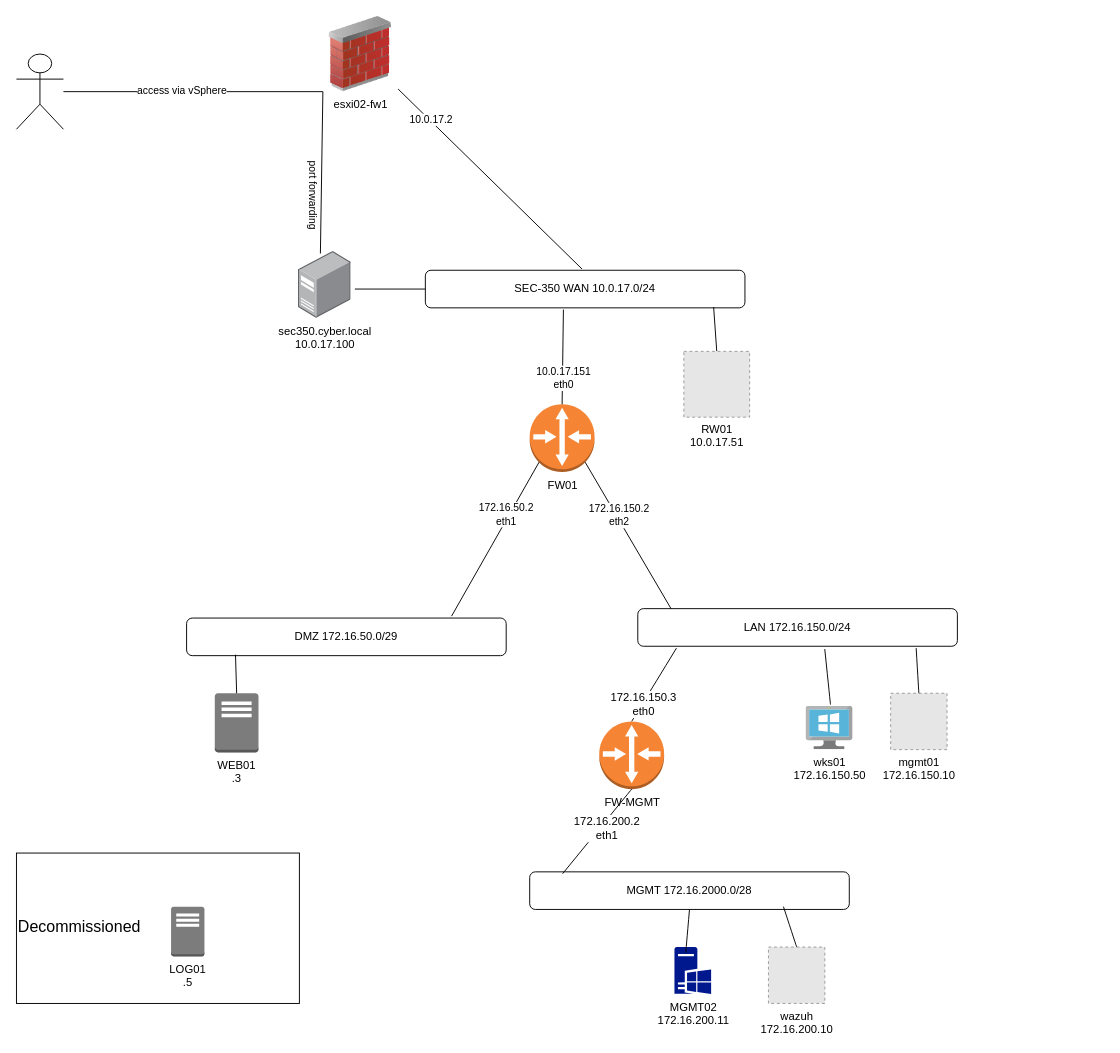
Earlier version of the draw.io diagram net-sec-controls-sec350/SEC350_network-diagram.drawio (charlottecroce/ChamplainTechJournals). Source tidied: cells renumbered, new cells numbered last; positions are measured from the earlier drawing's top-left corner, leaving out a move shared by most shapes. Both pictures are drawn from the tidied source at 94%, with x=0, y=0 at pixel (16, 16). Pictures stored in the file or linked from it are replaced by grey dashed boxes.
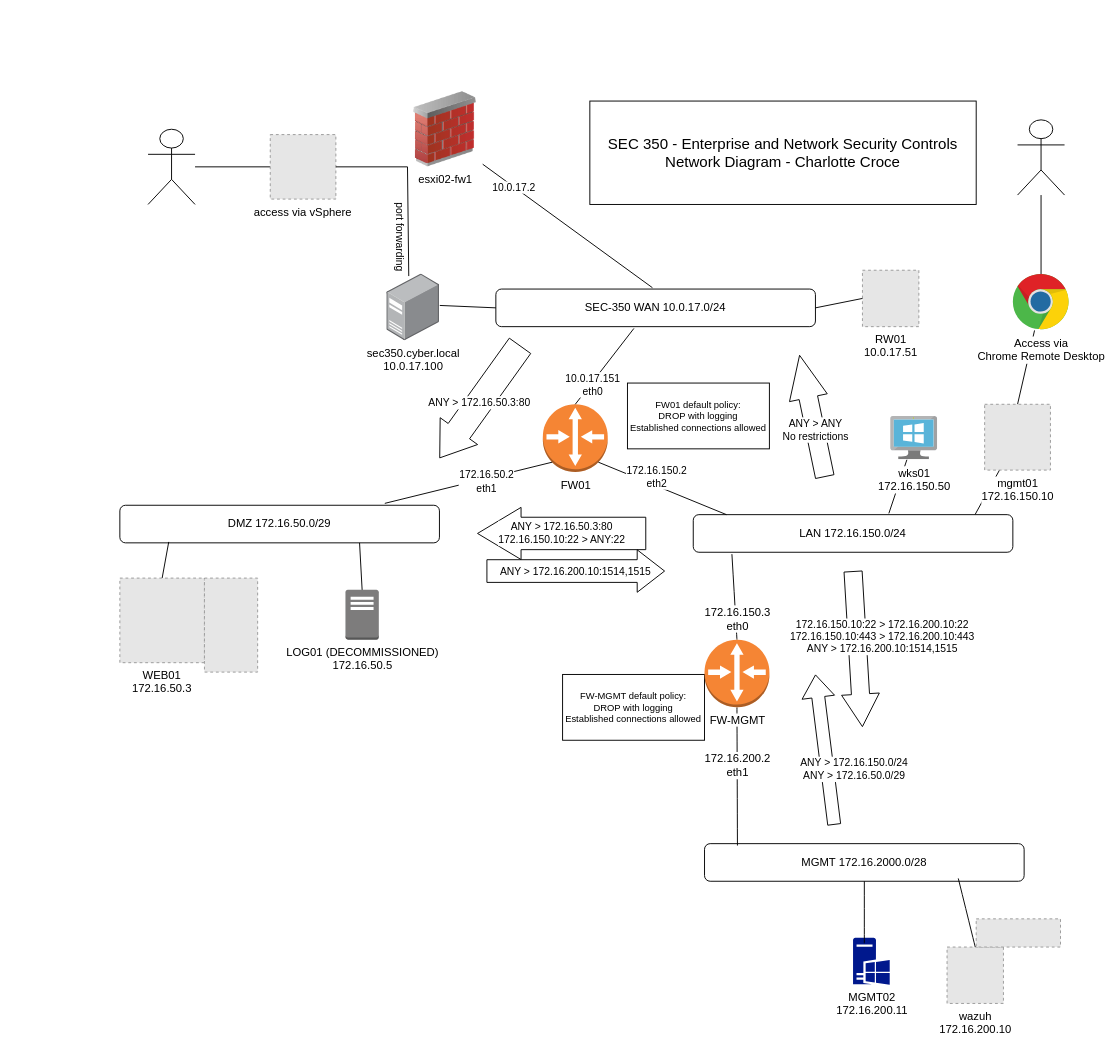
The same diagram, later.

The change refers to these unchanged cells:
```xml
<mxCell id="7" style="endArrow=none;html=1;rounded=0;entryX=0.855;entryY=0.855;entryDx=0;entryDy=0;entryPerimeter=0;exitX=0.104;exitY=0;exitDx=0;exitDy=0;exitPerimeter=0;" parent="1" edge="1" source="4" target="6">
  <mxGeometry relative="1" as="geometry" />
</mxCell>
<mxCell id="9" style="endArrow=none;html=1;rounded=0;entryX=0.145;entryY=0.855;entryDx=0;entryDy=0;entryPerimeter=0;exitX=0.829;exitY=-0.05;exitDx=0;exitDy=0;exitPerimeter=0;" parent="1" edge="1" source="5" target="6">
  <mxGeometry relative="1" as="geometry" />
</mxCell>
```

The edit, as a diff of the source:
```diff
@@
-    <mxCell id="2" value="&lt;font style=&quot;font-size: 17px;&quot;&gt;Decommissioned&lt;/font&gt;" style="rounded=0;whiteSpace=wrap;html=1;align=left;" parent="1" vertex="1">
-      <mxGeometry y="890" width="301" height="160" as="geometry" />
-    </mxCell>
     <mxCell id="3" value="SEC-350 WAN 10.0.17.0/24" style="rounded=1;whiteSpace=wrap;html=1;align=center;" parent="1" vertex="1">
-      <mxGeometry x="435" y="270" width="340" height="40" as="geometry" />
+      <mxGeometry x="510" y="290" width="340" height="40" as="geometry" />
     </mxCell>
     <mxCell id="4" value="LAN 172.16.150.0/24" style="rounded=1;whiteSpace=wrap;html=1;align=center;" parent="1" vertex="1">
-      <mxGeometry x="661" y="630" width="340" height="40" as="geometry" />
+      <mxGeometry x="720" y="530" width="340" height="40" as="geometry" />
     </mxCell>
     <mxCell id="5" value="DMZ 172.16.50.0/29" style="rounded=1;whiteSpace=wrap;html=1;align=center;" parent="1" vertex="1">
-      <mxGeometry x="181" y="640" width="340" height="40" as="geometry" />
+      <mxGeometry x="110" y="520" width="340" height="40" as="geometry" />
     </mxCell>
     <mxCell id="6" value="FW01" style="outlineConnect=0;dashed=0;verticalLabelPosition=bottom;verticalAlign=top;align=center;html=1;shape=mxgraph.aws3.router;fillColor=#F58534;gradientColor=none;" parent="1" vertex="1">
-      <mxGeometry x="546" y="412.6" width="69" height="72" as="geometry" />
+      <mxGeometry x="560" y="412.6" width="69" height="72" as="geometry" />
     </mxCell>
@@
     <mxCell id="8" value="172.16.150.2&lt;div&gt;eth2&lt;/div&gt;" style="edgeLabel;html=1;align=center;verticalAlign=middle;rotation=0;" parent="7" vertex="1">
       <mxGeometry y="2" relative="1" as="geometry">
-        <mxPoint x="-9" y="-23" as="offset" />
+        <mxPoint x="-6" y="-14" as="offset" />
       </mxGeometry>
     </mxCell>
@@
     <mxCell id="10" value="172.16.50.2&lt;div&gt;eth1&lt;/div&gt;" style="edgeLabel;html=1;align=center;verticalAlign=middle;rotation=0;" parent="9" vertex="1">
       <mxGeometry x="0.4" y="-1" relative="1" as="geometry">
-        <mxPoint x="-8" y="6" as="offset" />
+        <mxPoint x="-17" y="6" as="offset" />
       </mxGeometry>
     </mxCell>
-    <mxCell id="11" value="WEB01&lt;div&gt;.3&lt;/div&gt;" style="outlineConnect=0;dashed=0;verticalLabelPosition=bottom;verticalAlign=top;align=center;html=1;shape=mxgraph.aws3.traditional_server;fillColor=#7D7C7C;gradientColor=none;" parent="1" vertex="1">
-      <mxGeometry x="211" y="720" width="46.5" height="63" as="geometry" />
-    </mxCell>
-    <mxCell id="12" value="LOG01&lt;div&gt;.5&lt;/div&gt;" style="outlineConnect=0;dashed=0;verticalLabelPosition=bottom;verticalAlign=top;align=center;html=1;shape=mxgraph.aws3.traditional_server;fillColor=#7D7C7C;gradientColor=none;" parent="1" vertex="1">
-      <mxGeometry x="164.5" y="947" width="35.5" height="53" as="geometry" />
+    <mxCell id="12" value="LOG01 (DECOMMISSIONED)&lt;br&gt;&lt;div&gt;172.16.50.5&lt;/div&gt;" style="outlineConnect=0;dashed=0;verticalLabelPosition=bottom;verticalAlign=top;align=center;html=1;shape=mxgraph.aws3.traditional_server;fillColor=#7D7C7C;gradientColor=none;" parent="1" vertex="1">
+      <mxGeometry x="350" y="610" width="35.5" height="53" as="geometry" />
     </mxCell>
-    <mxCell id="13" style="endArrow=none;html=1;rounded=0;entryX=0.5;entryY=0;entryDx=0;entryDy=0;entryPerimeter=0;exitX=0.153;exitY=0.975;exitDx=0;exitDy=0;exitPerimeter=0;" parent="1" edge="1" source="5" target="11">
+    <mxCell id="13" style="endArrow=none;html=1;rounded=0;entryX=0.5;entryY=0;entryDx=0;entryDy=0;exitX=0.153;exitY=0.975;exitDx=0;exitDy=0;exitPerimeter=0;" parent="1" edge="1" source="5" target="60">
       <mxGeometry relative="1" as="geometry" />
     </mxCell>
@@
-    <mxCell id="16" style="endArrow=none;html=1;rounded=0;entryX=0.5;entryY=0;entryDx=0;entryDy=0;exitX=0.902;exitY=0.979;exitDx=0;exitDy=0;exitPerimeter=0;" parent="1" edge="1" source="3" target="27">
-      <mxGeometry relative="1" as="geometry" />
-    </mxCell>
     <mxCell id="17" value="esxi02-fw1" style="image;html=1;image=img/lib/clip_art/networking/Firewall_02_128x128.png;" parent="1" vertex="1">
-      <mxGeometry x="326" width="80" height="80" as="geometry" />
+      <mxGeometry x="416" y="80" width="80" height="80" as="geometry" />
     </mxCell>
     <mxCell id="18" value="&lt;div&gt;&lt;br&gt;&lt;/div&gt;" style="shape=umlActor;verticalLabelPosition=bottom;verticalAlign=top;html=1;outlineConnect=0;" parent="1" vertex="1">
-      <mxGeometry y="40" width="50" height="80" as="geometry" />
+      <mxGeometry x="140" y="120" width="50" height="80" as="geometry" />
     </mxCell>
-    <mxCell id="19" style="endArrow=none;html=1;rounded=0;exitX=0;exitY=1;exitDx=0;exitDy=0;" parent="1" edge="1" source="17" target="18">
+    <mxCell id="19" style="endArrow=none;html=1;rounded=0;exitX=0;exitY=0.5;exitDx=0;exitDy=0;" parent="1" edge="1" source="20" target="18">
       <mxGeometry relative="1" as="geometry" />
     </mxCell>
-    <mxCell id="20" value="access via vSphere" style="edgeLabel;html=1;align=center;verticalAlign=middle;points=[];" parent="19" vertex="1">
-      <mxGeometry x="0.13" y="-2" relative="1" as="geometry">
-        <mxPoint x="5" as="offset" />
-      </mxGeometry>
-    </mxCell>
     <mxCell id="21" value="sec350.cyber.local&lt;div&gt;10.0.17.100&lt;/div&gt;" style="image;points=[];html=1;align=center;shadow=0;dashed=0;image=img/lib/allied_telesis/computer_and_terminals/Server_Desktop.svg;" parent="1" vertex="1">
-      <mxGeometry x="300" y="250" width="56" height="71" as="geometry" />
+      <mxGeometry x="394" y="274" width="56" height="71" as="geometry" />
     </mxCell>
@@
-    <mxCell id="24" style="endArrow=none;html=1;rounded=0;exitX=0;exitY=0.5;exitDx=0;exitDy=0;" parent="1" edge="1" source="3">
-      <mxGeometry relative="1" as="geometry">
-        <mxPoint x="360" y="290" as="targetPoint" />
-      </mxGeometry>
+    <mxCell id="24" style="endArrow=none;html=1;rounded=0;exitX=0;exitY=0.5;exitDx=0;exitDy=0;entryX=1.006;entryY=0.471;entryDx=0;entryDy=0;entryPerimeter=0;" parent="1" edge="1" source="3" target="21">
+      <mxGeometry relative="1" as="geometry" />
     </mxCell>
@@
     <mxCell id="27" value="RW01&lt;div&gt;10.0.17.51&lt;/div&gt;" style="fillColor=#E6E6E6;strokeColor=#999999;dashed=1;html=1;verticalAlign=top;verticalLabelPosition=bottom;labelBackgroundColor=#ffffff;" parent="1" vertex="1">
-      <mxGeometry x="710" y="356.3" width="70" height="70" as="geometry" />
+      <mxGeometry x="900" y="270" width="60" height="60" as="geometry" />
     </mxCell>
-    <mxCell id="28" value="wks01&lt;div&gt;172.16.150.50&lt;/div&gt;" style="image;sketch=0;html=1;points=[];align=center;fontSize=12;image=img/lib/mscae/VirtualMachineWindows.svg;" parent="1" vertex="1">
-      <mxGeometry x="840" y="734" width="50" height="46" as="geometry" />
-    </mxCell>
-    <mxCell id="29" value="mgmt01&lt;div&gt;172.16.150.10&lt;/div&gt;" style="fillColor=#E6E6E6;strokeColor=#999999;dashed=1;html=1;verticalAlign=top;verticalLabelPosition=bottom;labelBackgroundColor=#ffffff;" parent="1" vertex="1">
-      <mxGeometry x="930" y="720" width="60" height="60" as="geometry" />
-    </mxCell>
     <mxCell id="30" value="MGMT 172.16.2000.0/28" style="rounded=1;whiteSpace=wrap;html=1;align=center;" parent="1" vertex="1">
-      <mxGeometry x="546" y="910" width="340" height="40" as="geometry" />
+      <mxGeometry x="732" y="880" width="340" height="40" as="geometry" />
     </mxCell>
@@
-    <mxCell id="33" value="FW-MGMT" style="outlineConnect=0;dashed=0;verticalLabelPosition=bottom;verticalAlign=top;align=center;html=1;shape=mxgraph.aws3.router;fillColor=#F58534;gradientColor=none;" parent="1" vertex="1">
-      <mxGeometry x="620" y="750" width="69" height="72" as="geometry" />
-    </mxCell>
@@
     <mxCell id="36" value="wazuh&lt;div&gt;172.16.200.10&lt;/div&gt;" style="fillColor=#E6E6E6;strokeColor=#999999;dashed=1;html=1;verticalAlign=top;verticalLabelPosition=bottom;labelBackgroundColor=#ffffff;" parent="1" vertex="1">
-      <mxGeometry x="800" y="990" width="60" height="60" as="geometry" />
+      <mxGeometry x="990" y="990" width="60" height="60" as="geometry" />
     </mxCell>
     <mxCell id="37" value="MGMT02&lt;div&gt;172.16.200.11&lt;/div&gt;" style="sketch=0;shadow=0;dashed=0;html=1;strokeColor=none;labelPosition=center;verticalLabelPosition=bottom;verticalAlign=top;align=center;fillColor=#00188D;shape=mxgraph.mscae.enterprise.windows_server;" parent="1" vertex="1">
-      <mxGeometry x="700" y="990" width="39" height="50" as="geometry" />
+      <mxGeometry x="890" y="980" width="39" height="50" as="geometry" />
     </mxCell>
-    <mxCell id="38" style="endArrow=none;html=1;rounded=0;fontSize=12;startSize=8;endSize=8;curved=1;entryX=0.585;entryY=1.075;entryDx=0;entryDy=0;entryPerimeter=0;exitX=0.52;exitY=-0.043;exitDx=0;exitDy=0;exitPerimeter=0;" parent="1" edge="1" source="28" target="4">
-      <mxGeometry relative="1" as="geometry" />
-    </mxCell>
-    <mxCell id="39" style="endArrow=none;html=1;rounded=0;fontSize=12;startSize=8;endSize=8;curved=1;entryX=0.871;entryY=1.05;entryDx=0;entryDy=0;entryPerimeter=0;exitX=0.5;exitY=0;exitDx=0;exitDy=0;" parent="1" edge="1" source="29" target="4">
-      <mxGeometry relative="1" as="geometry" />
-    </mxCell>
@@
+    <mxCell id="42" value="&lt;div&gt;ANY &amp;gt; 172.16.50.3:80&lt;/div&gt;&lt;div&gt;172.16.150.10:22 &amp;gt; ANY:22&lt;/div&gt;" style="shape=flexArrow;endArrow=classic;html=1;rounded=0;endSize=15.103448275862068;strokeWidth=1;sourcePerimeterSpacing=0;startSize=6;width=34.48275862068966;" parent="1" edge="1">
+      <mxGeometry relative="1" as="geometry">
+        <mxPoint x="670" y="550" as="sourcePoint" />
+        <mxPoint x="490" y="550" as="targetPoint" />
+      </mxGeometry>
+    </mxCell>
+    <mxCell id="43" value="ANY &gt; 172.16.200.10:1514,1515" style="shape=flexArrow;endArrow=classic;rounded=0;width=24.137931034482758;endSize=9.379310344827585;" parent="1" edge="1">
+      <mxGeometry relative="1" as="geometry">
+        <mxPoint x="500" y="590" as="sourcePoint" />
+        <mxPoint x="690" y="590" as="targetPoint" />
+      </mxGeometry>
+    </mxCell>
+    <mxCell id="44" value="ANY &gt; 172.16.50.3:80" style="shape=flexArrow;endArrow=classic;rounded=0;endSize=11.33;strokeWidth=1;sourcePerimeterSpacing=0;startSize=6;width=28;horizontal=1;labelBackgroundColor=default;" parent="1" edge="1">
+      <mxGeometry relative="1" as="geometry">
+        <mxPoint x="536" y="350" as="sourcePoint" />
+        <mxPoint x="450" y="470" as="targetPoint" />
+      </mxGeometry>
+    </mxCell>
+    <mxCell id="45" value="&lt;div&gt;ANY &amp;gt; ANY&lt;/div&gt;&lt;div&gt;No restrictions&lt;br&gt;&lt;/div&gt;" style="shape=flexArrow;endArrow=classic;html=1;rounded=0;endSize=15.019354838709678;strokeWidth=1;sourcePerimeterSpacing=0;startSize=6;width=20;" parent="1" edge="1">
+      <mxGeometry x="-0.23" relative="1" as="geometry">
+        <mxPoint x="860" y="490" as="sourcePoint" />
+        <mxPoint x="833" y="360" as="targetPoint" />
+      </mxGeometry>
+    </mxCell>
+    <mxCell id="46" value="FW01 default policy:&#10;DROP with logging&#10;Established connections allowed " style="rounded=0;whiteSpace=wrap;fontSize=10;verticalAlign=middle;" parent="1" vertex="1">
+      <mxGeometry x="650" y="390" width="151" height="70" as="geometry" />
+    </mxCell>
+    <mxCell id="16" style="endArrow=none;html=1;rounded=0;entryX=0;entryY=0.5;entryDx=0;entryDy=0;exitX=1;exitY=0.5;exitDx=0;exitDy=0;" parent="1" edge="1" source="3" target="27">
+      <mxGeometry relative="1" as="geometry" />
+    </mxCell>
+    <mxCell id="47" value="FW-MGMT default policy:&#10;DROP with logging&#10;Established connections allowed " style="rounded=0;whiteSpace=wrap;fontSize=10;verticalAlign=middle;" parent="1" vertex="1">
+      <mxGeometry x="581" y="700" width="151" height="70" as="geometry" />
+    </mxCell>
+    <mxCell id="48" style="shape=flexArrow;endArrow=classic;html=1;rounded=0;width=19.25925925925926;endSize=11.2;" parent="1" edge="1">
+      <mxGeometry relative="1" as="geometry">
+        <mxPoint x="890" y="590" as="sourcePoint" />
+        <mxPoint x="900" y="756" as="targetPoint" />
+      </mxGeometry>
+    </mxCell>
+    <mxCell id="49" value="&lt;div&gt;172.16.150.10:22 &amp;gt; 172.16.200.10:22&lt;br&gt;&lt;/div&gt;&lt;div&gt;172.16.150.10:443 &amp;gt; 172.16.200.10:443&lt;/div&gt;ANY &amp;gt; 172.16.200.10:1514,1515" style="edgeLabel;html=1;align=center;verticalAlign=middle;" parent="48" vertex="1">
+      <mxGeometry x="-0.13" y="2" relative="1" as="geometry">
+        <mxPoint x="24" y="-2" as="offset" />
+      </mxGeometry>
+    </mxCell>
+    <mxCell id="50" style="shape=flexArrow;endArrow=classic;html=1;rounded=0;width=13.793103448275863;endSize=7.63448275862069;" parent="1" edge="1">
+      <mxGeometry relative="1" as="geometry">
+        <mxPoint x="870" y="860" as="sourcePoint" />
+        <mxPoint x="850" y="700" as="targetPoint" />
+      </mxGeometry>
+    </mxCell>
+    <mxCell id="51" value="&lt;div&gt;ANY &amp;gt; 172.16.150.0/24&lt;/div&gt;&lt;div&gt;ANY &amp;gt; 172.16.50.0/29&lt;br&gt;&lt;/div&gt;" style="edgeLabel;html=1;align=center;verticalAlign=middle;" parent="50" vertex="1">
+      <mxGeometry x="-0.04" y="-7" relative="1" as="geometry">
+        <mxPoint x="23" y="18" as="offset" />
+      </mxGeometry>
+    </mxCell>
+    <mxCell id="52" value="&lt;div&gt;&lt;br&gt;&lt;/div&gt;" style="shape=umlActor;verticalLabelPosition=bottom;verticalAlign=top;html=1;outlineConnect=0;" parent="1" vertex="1">
+      <mxGeometry x="1065" y="110" width="50" height="80" as="geometry" />
+    </mxCell>
+    <mxCell id="53" style="endArrow=none;html=1;rounded=0;exitX=0.612;exitY=-0.033;exitDx=0;exitDy=0;exitPerimeter=0;" parent="1" edge="1" source="4" target="28">
+      <mxGeometry relative="1" as="geometry" />
+    </mxCell>
+    <mxCell id="54" style="endArrow=none;html=1;rounded=0;exitX=0.882;exitY=-0.005;exitDx=0;exitDy=0;exitPerimeter=0;" parent="1" edge="1" source="4" target="29">
+      <mxGeometry relative="1" as="geometry" />
+    </mxCell>
+    <mxCell id="55" style="endArrow=none;html=1;rounded=0;" parent="1" edge="1" source="57" target="52">
+      <mxGeometry relative="1" as="geometry" />
+    </mxCell>
+    <mxCell id="56" style="endArrow=none;html=1;rounded=0;entryX=0.5;entryY=0;entryDx=0;entryDy=0;" parent="1" edge="1" source="57" target="29">
+      <mxGeometry relative="1" as="geometry" />
+    </mxCell>
+    <mxCell id="57" value="&lt;div&gt;Access via&lt;/div&gt;&lt;div&gt;Chrome Remote Desktop&lt;br&gt;&lt;/div&gt;" style="dashed=0;outlineConnect=0;html=1;align=center;labelPosition=center;verticalLabelPosition=bottom;verticalAlign=top;shape=mxgraph.weblogos.chrome;labelBackgroundColor=default;" parent="1" vertex="1">
+      <mxGeometry x="1060" y="274" width="60" height="60" as="geometry" />
+    </mxCell>
+    <mxCell id="33" value="&lt;span&gt;FW-MGMT&lt;/span&gt;" style="outlineConnect=0;dashed=0;verticalLabelPosition=bottom;verticalAlign=top;align=center;html=1;shape=mxgraph.aws3.router;fillColor=#F58534;gradientColor=none;labelBackgroundColor=#FFFFFF;" parent="1" vertex="1">
+      <mxGeometry x="732" y="663" width="69" height="72" as="geometry" />
+    </mxCell>
+    <mxCell id="28" value="wks01&lt;div&gt;172.16.150.50&lt;/div&gt;" style="image;sketch=0;html=1;points=[];align=center;fontSize=12;image=img/lib/mscae/VirtualMachineWindows.svg;" parent="1" vertex="1">
+      <mxGeometry x="930" y="425.6" width="50" height="46" as="geometry" />
+    </mxCell>
+    <mxCell id="29" value="mgmt01&lt;div&gt;172.16.150.10&lt;/div&gt;" style="fillColor=#E6E6E6;strokeColor=#999999;dashed=1;html=1;verticalAlign=top;verticalLabelPosition=bottom;labelBackgroundColor=#ffffff;" parent="1" vertex="1">
+      <mxGeometry x="1030" y="412.6" width="70" height="70" as="geometry" />
+    </mxCell>
+    <mxCell id="58" value="&lt;div&gt;&lt;font style=&quot;font-size: 16px;&quot;&gt;SEC 350 - Enterprise and Network Security Controls&lt;/font&gt;&lt;/div&gt;&lt;div&gt;&lt;font style=&quot;font-size: 16px;&quot;&gt;&lt;font&gt;Network Diagram - Charlotte Croce&lt;/font&gt;&lt;font&gt;&lt;br&gt;&lt;/font&gt;&lt;/font&gt;&lt;/div&gt;" style="rounded=0;whiteSpace=wrap;html=1;" parent="1" vertex="1">
+      <mxGeometry x="610" y="90" width="411" height="110" as="geometry" />
+    </mxCell>
+    <mxCell id="59" style="fillColor=#E6E6E6;strokeColor=#999999;dashed=1;verticalLabelPosition=bottom;labelBackgroundColor=default;verticalAlign=top;" parent="1" vertex="1">
+      <mxGeometry x="1021" y="960" width="89.7" height="30" as="geometry" />
+    </mxCell>
+    <mxCell id="60" value="WEB01&#10;172.16.50.3" style="fillColor=#E6E6E6;strokeColor=#999999;dashed=1;verticalLabelPosition=bottom;labelBackgroundColor=default;verticalAlign=top;" parent="1" vertex="1">
+      <mxGeometry x="110" y="597.5" width="90" height="90" as="geometry" />
+    </mxCell>
+    <mxCell id="61" style="fillColor=#E6E6E6;strokeColor=#999999;dashed=1;verticalLabelPosition=bottom;labelBackgroundColor=default;verticalAlign=top;" parent="1" vertex="1">
+      <mxGeometry x="200" y="597.5" width="56.6" height="100" as="geometry" />
+    </mxCell>
+    <mxCell id="20" value="access via vSphere" style="fillColor=#E6E6E6;strokeColor=#999999;dashed=1;verticalLabelPosition=bottom;labelBackgroundColor=default;verticalAlign=top;" parent="1" vertex="1">
+      <mxGeometry x="270" y="125.7" width="69.8" height="68.6" as="geometry" />
+    </mxCell>
+    <mxCell id="62" style="endArrow=none;html=1;rounded=0;entryX=0;entryY=1;entryDx=0;entryDy=0;exitX=1;exitY=0.5;exitDx=0;exitDy=0;" parent="1" edge="1" source="20" target="17">
+      <mxGeometry relative="1" as="geometry" />
+    </mxCell>
+    <mxCell id="63" style="endArrow=none;html=1;rounded=0;entryX=0.75;entryY=1;entryDx=0;entryDy=0;exitX=0.5;exitY=0;exitDx=0;exitDy=0;exitPerimeter=0;" parent="1" edge="1" source="12" target="5">
+      <mxGeometry relative="1" as="geometry" />
+    </mxCell>
```
